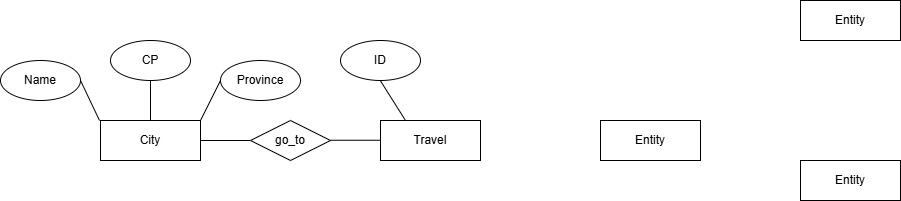
Before: Diagrama.drawio.png, a diagram exported from draw.io (Gabitoto/Bases-de-Datos). Source tidied: cells renumbered, new cells last; positions are measured from the earlier drawing's top-left corner, leaving out a move shared by most shapes.
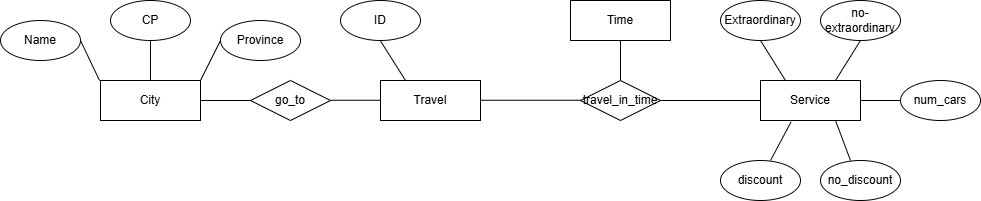
After the commit.

Diff of the diagram source:
```diff
@@ -8,15 +8,6 @@
     <mxCell id="3" value="Travel" style="whiteSpace=wrap;html=1;align=center;" parent="1" vertex="1">
       <mxGeometry x="380" y="120" width="100" height="40" as="geometry" />
     </mxCell>
-    <mxCell id="4" value="Entity" style="whiteSpace=wrap;html=1;align=center;" parent="1" vertex="1">
-      <mxGeometry x="600" y="120" width="100" height="40" as="geometry" />
-    </mxCell>
-    <mxCell id="5" value="Entity" style="whiteSpace=wrap;html=1;align=center;" parent="1" vertex="1">
-      <mxGeometry x="800" width="100" height="40" as="geometry" />
-    </mxCell>
-    <mxCell id="6" value="Entity" style="whiteSpace=wrap;html=1;align=center;" parent="1" vertex="1">
-      <mxGeometry x="800" y="160" width="100" height="40" as="geometry" />
-    </mxCell>
     <mxCell id="7" value="go_to" style="shape=rhombus;perimeter=rhombusPerimeter;whiteSpace=wrap;html=1;align=center;" parent="1" vertex="1">
       <mxGeometry x="250" y="120" width="80" height="40" as="geometry" />
     </mxCell>
@@ -70,5 +61,67 @@
         <mxPoint x="379.8" y="80" as="targetPoint" />
       </mxGeometry>
     </mxCell>
+    <mxCell id="18" style="endArrow=none;html=1;rounded=0;entryX=0.25;entryY=0;entryDx=0;entryDy=0;" parent="1" edge="1" target="20">
+      <mxGeometry relative="1" as="geometry">
+        <mxPoint x="760" y="80" as="sourcePoint" />
+      </mxGeometry>
+    </mxCell>
+    <mxCell id="19" style="endArrow=none;html=1;rounded=0;exitX=0.75;exitY=0;exitDx=0;exitDy=0;" parent="1" edge="1" source="20">
+      <mxGeometry relative="1" as="geometry">
+        <mxPoint x="860" y="80" as="targetPoint" />
+      </mxGeometry>
+    </mxCell>
+    <mxCell id="20" value="Service" style="whiteSpace=wrap;html=1;align=center;" parent="1" vertex="1">
+      <mxGeometry x="760" y="120" width="100" height="40" as="geometry" />
+    </mxCell>
+    <mxCell id="21" value="Extraordinary" style="ellipse;whiteSpace=wrap;html=1;align=center;" parent="1" vertex="1">
+      <mxGeometry x="720" y="40" width="80" height="40" as="geometry" />
+    </mxCell>
+    <mxCell id="22" value="no-extraordinary" style="ellipse;whiteSpace=wrap;html=1;align=center;" parent="1" vertex="1">
+      <mxGeometry x="820" y="40" width="80" height="40" as="geometry" />
+    </mxCell>
+    <mxCell id="23" style="endArrow=none;html=1;rounded=0;entryX=0.75;entryY=1;entryDx=0;entryDy=0;" parent="1" edge="1" target="20">
+      <mxGeometry relative="1" as="geometry">
+        <mxPoint x="850" y="200" as="sourcePoint" />
+      </mxGeometry>
+    </mxCell>
+    <mxCell id="24" style="endArrow=none;html=1;rounded=0;entryX=0.305;entryY=1.038;entryDx=0;entryDy=0;entryPerimeter=0;" parent="1" edge="1" target="20">
+      <mxGeometry relative="1" as="geometry">
+        <mxPoint x="770" y="200" as="sourcePoint" />
+      </mxGeometry>
+    </mxCell>
+    <mxCell id="25" value="discount" style="ellipse;whiteSpace=wrap;html=1;align=center;" parent="1" vertex="1">
+      <mxGeometry x="720" y="200" width="80" height="40" as="geometry" />
+    </mxCell>
+    <mxCell id="26" value="no_discount" style="ellipse;whiteSpace=wrap;html=1;align=center;" parent="1" vertex="1">
+      <mxGeometry x="820" y="200" width="80" height="40" as="geometry" />
+    </mxCell>
+    <mxCell id="27" value="Time" style="whiteSpace=wrap;html=1;align=center;" parent="1" vertex="1">
+      <mxGeometry x="570" y="40" width="100" height="40" as="geometry" />
+    </mxCell>
+    <mxCell id="28" value="travel_in_time" style="shape=rhombus;perimeter=rhombusPerimeter;whiteSpace=wrap;html=1;align=center;" parent="1" vertex="1">
+      <mxGeometry x="580" y="120" width="80" height="40" as="geometry" />
+    </mxCell>
+    <mxCell id="29" style="endArrow=none;html=1;rounded=0;entryX=0;entryY=0.5;entryDx=0;entryDy=0;exitX=1;exitY=0.5;exitDx=0;exitDy=0;" parent="1" edge="1" source="28" target="20">
+      <mxGeometry relative="1" as="geometry" />
+    </mxCell>
+    <mxCell id="30" style="endArrow=none;html=1;rounded=0;entryX=0.5;entryY=0;entryDx=0;entryDy=0;exitX=0.5;exitY=1;exitDx=0;exitDy=0;" parent="1" edge="1" source="27" target="28">
+      <mxGeometry relative="1" as="geometry" />
+    </mxCell>
+    <mxCell id="31" style="endArrow=none;html=1;rounded=0;entryX=0;entryY=0.5;entryDx=0;entryDy=0;exitX=1;exitY=0.5;exitDx=0;exitDy=0;" parent="1" edge="1">
+      <mxGeometry relative="1" as="geometry">
+        <mxPoint x="480" y="139.8" as="sourcePoint" />
+        <mxPoint x="580" y="139.8" as="targetPoint" />
+      </mxGeometry>
+    </mxCell>
+    <mxCell id="32" style="endArrow=none;html=1;rounded=0;" parent="1" edge="1">
+      <mxGeometry relative="1" as="geometry">
+        <mxPoint x="860" y="140" as="sourcePoint" />
+        <mxPoint x="900" y="140" as="targetPoint" />
+      </mxGeometry>
+    </mxCell>
+    <mxCell id="33" value="num_cars" style="ellipse;whiteSpace=wrap;html=1;align=center;" parent="1" vertex="1">
+      <mxGeometry x="900" y="120" width="80" height="40" as="geometry" />
+    </mxCell>
   </root>
 </mxGraphModel>
```
